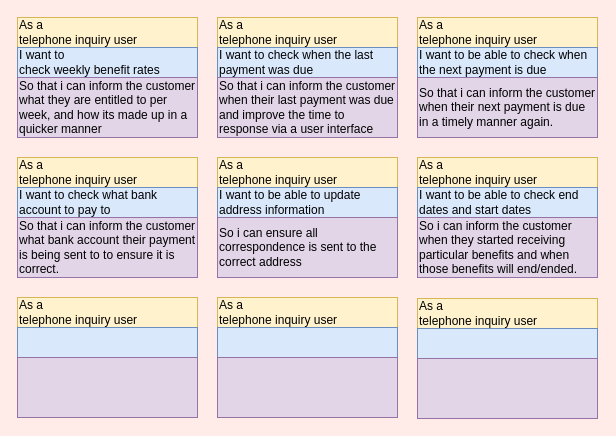
The draw.io diagram documentation/UserStories.drawio in LCzoboriek/UI-Project--Proof-of-Concept-, before the edit. Source tidied: cells renumbered, new cells numbered last; positions are measured from the earlier drawing's top-left corner, leaving out a move shared by most shapes. Both pictures are drawn from the tidied source at 100%, with x=0, y=0 at pixel (17, 17).
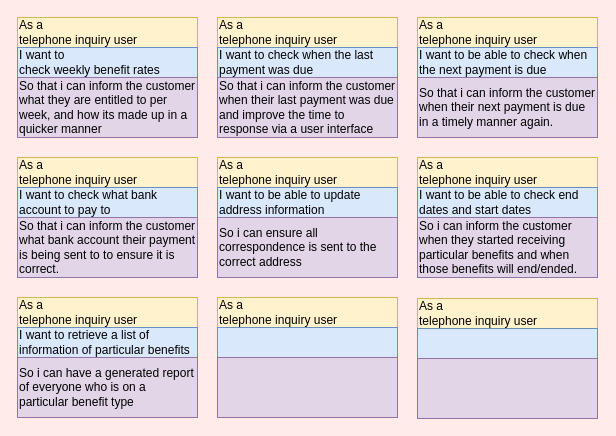
After the change.

Commit message:
updated user stories

Unchanged cells that the change refers to:
```xml
<mxCell id="58" style="group;fontColor=#000000;" parent="1" vertex="1">
  <mxGeometry y="280" width="180" height="120" as="geometry" />
</mxCell>
```

The edit, as a diff of the source:
```diff
@@
-    <mxCell id="63" value="&lt;div align=&quot;left&quot;&gt;&lt;br&gt;&lt;/div&gt;" style="text;html=1;strokeColor=#6c8ebf;fillColor=#dae8fc;align=left;verticalAlign=middle;whiteSpace=wrap;rounded=0;fontColor=#000000;" parent="58" vertex="1">
+    <mxCell id="63" value="&lt;div align=&quot;left&quot;&gt;I want to retrieve a list of information of particular benefits&lt;/div&gt;" style="text;html=1;strokeColor=#6c8ebf;fillColor=#dae8fc;align=left;verticalAlign=middle;whiteSpace=wrap;rounded=0;fontColor=#000000;" parent="58" vertex="1">
       <mxGeometry y="30" width="180" height="30" as="geometry" />
     </mxCell>
-    <mxCell id="64" style="text;html=1;strokeColor=#9673a6;fillColor=#e1d5e7;align=left;verticalAlign=middle;whiteSpace=wrap;rounded=0;fontColor=#000000;" parent="58" vertex="1">
+    <mxCell id="64" value="So i can have a generated report of everyone who is on a particular benefit type" style="text;html=1;strokeColor=#9673a6;fillColor=#e1d5e7;align=left;verticalAlign=middle;whiteSpace=wrap;rounded=0;fontColor=#000000;" parent="58" vertex="1">
       <mxGeometry y="60" width="180" height="60" as="geometry" />
     </mxCell>
```
